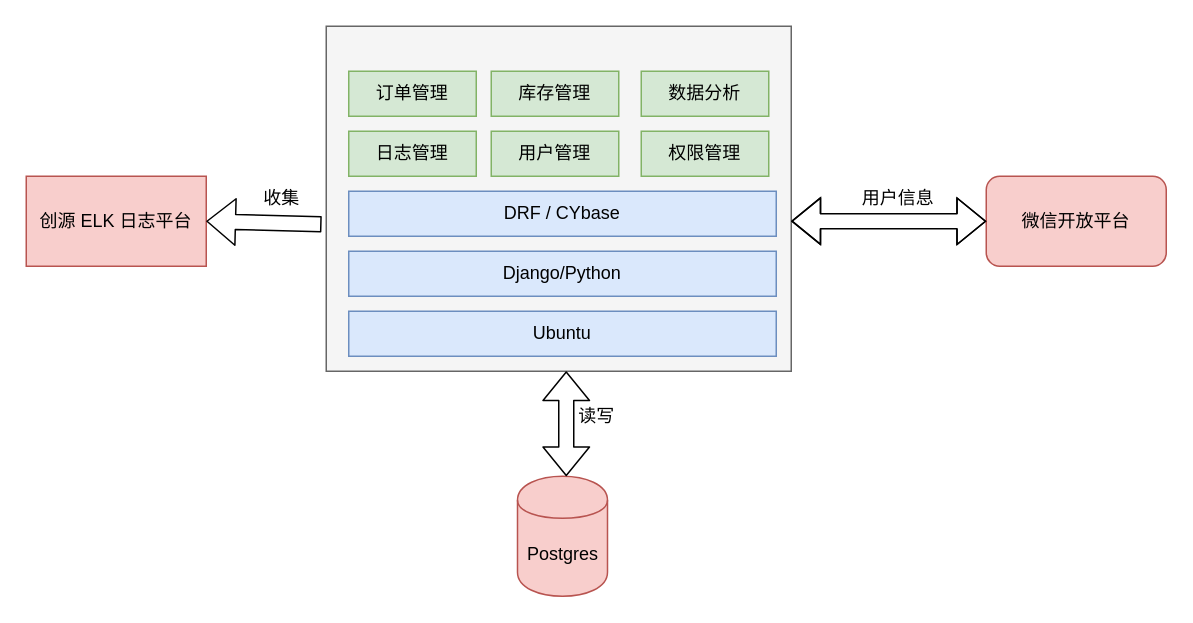
Before: new scp.drawio in sf-test/org-repo, a draw.io diagram. Source tidied: cells renumbered, new cells numbered last; positions are measured from the earlier drawing's top-left corner, leaving out a move shared by most shapes. Both pictures are drawn from the tidied source at 150%, with x=0, y=0 at pixel (26, 26).
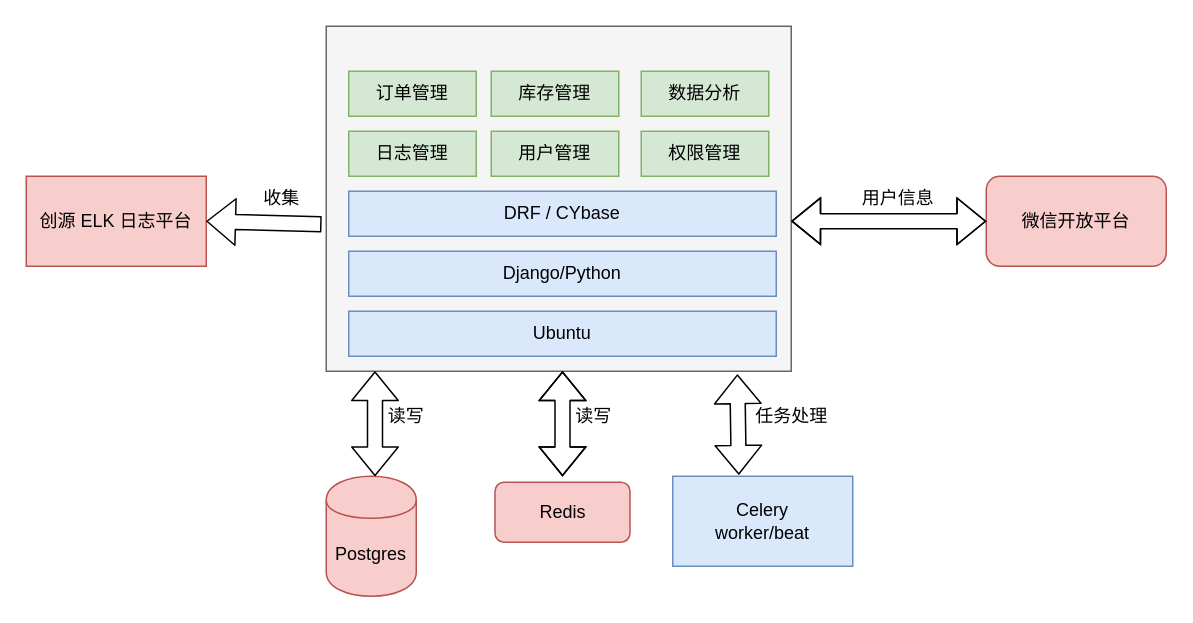
After the change.

The change refers to these unchanged cells:
```xml
<mxCell id="3" style="rounded=0;whiteSpace=wrap;html=1;fillColor=#f5f5f5;strokeColor=#666666;fontColor=#333333;" parent="1" vertex="1">
  <mxGeometry x="200" width="310" height="230" as="geometry" />
</mxCell>
```

What changed in the source:
```diff
@@
     <mxCell id="18" value="Postgres" style="shape=cylinder;whiteSpace=wrap;html=1;boundedLbl=1;backgroundOutline=1;fillColor=#f8cecc;strokeColor=#b85450;" parent="1" vertex="1">
-      <mxGeometry x="327.5" y="300" width="60" height="80" as="geometry" />
+      <mxGeometry x="200" y="300" width="60" height="80" as="geometry" />
     </mxCell>
     <mxCell id="19" style="shape=flexArrow;endArrow=classic;startArrow=classic;html=1;" parent="1" edge="1">
       <mxGeometry relative="1" as="geometry">
-        <mxPoint x="360" y="300" as="sourcePoint" />
-        <mxPoint x="360" y="230" as="targetPoint" />
+        <mxPoint x="232.5" y="300" as="sourcePoint" />
+        <mxPoint x="232.5" y="230" as="targetPoint" />
       </mxGeometry>
     </mxCell>
     <mxCell id="20" value="读写" style="text;html=1;align=center;verticalAlign=middle;" parent="1" vertex="1">
-      <mxGeometry x="360" y="250" width="40" height="20" as="geometry" />
+      <mxGeometry x="232.5" y="250" width="40" height="20" as="geometry" />
     </mxCell>
+    <mxCell id="21" value="Redis" style="rounded=1;whiteSpace=wrap;html=1;fillColor=#f8cecc;strokeColor=#b85450;" parent="1" vertex="1">
+      <mxGeometry x="312.5" y="304" width="90" height="40" as="geometry" />
+    </mxCell>
+    <mxCell id="22" style="shape=flexArrow;endArrow=classic;startArrow=classic;html=1;" parent="1" edge="1">
+      <mxGeometry relative="1" as="geometry">
+        <mxPoint x="357.5" y="300" as="sourcePoint" />
+        <mxPoint x="357.5" y="230" as="targetPoint" />
+        <Array as="points">
+          <mxPoint x="357.5" y="270" />
+        </Array>
+      </mxGeometry>
+    </mxCell>
+    <mxCell id="23" value="读写" style="text;html=1;align=center;verticalAlign=middle;" parent="1" vertex="1">
+      <mxGeometry x="357.5" y="250" width="40" height="20" as="geometry" />
+    </mxCell>
+    <mxCell id="24" value="&lt;div&gt;Celery&lt;/div&gt;&lt;div&gt;worker/beat&lt;br&gt;&lt;/div&gt;" style="rounded=0;whiteSpace=wrap;html=1;fillColor=#dae8fc;strokeColor=#6c8ebf;" parent="1" vertex="1">
+      <mxGeometry x="431" y="300" width="120" height="60" as="geometry" />
+    </mxCell>
+    <mxCell id="25" style="shape=flexArrow;endArrow=classic;startArrow=classic;html=1;entryX=0.884;entryY=1.009;entryDx=0;entryDy=0;entryPerimeter=0;exitX=0.367;exitY=-0.017;exitDx=0;exitDy=0;exitPerimeter=0;" parent="1" edge="1" source="24" target="3">
+      <mxGeometry relative="1" as="geometry" />
+    </mxCell>
+    <mxCell id="26" value="任务处理" style="text;html=1;align=center;verticalAlign=middle;" parent="1" vertex="1">
+      <mxGeometry x="480" y="250" width="60" height="20" as="geometry" />
+    </mxCell>
```
